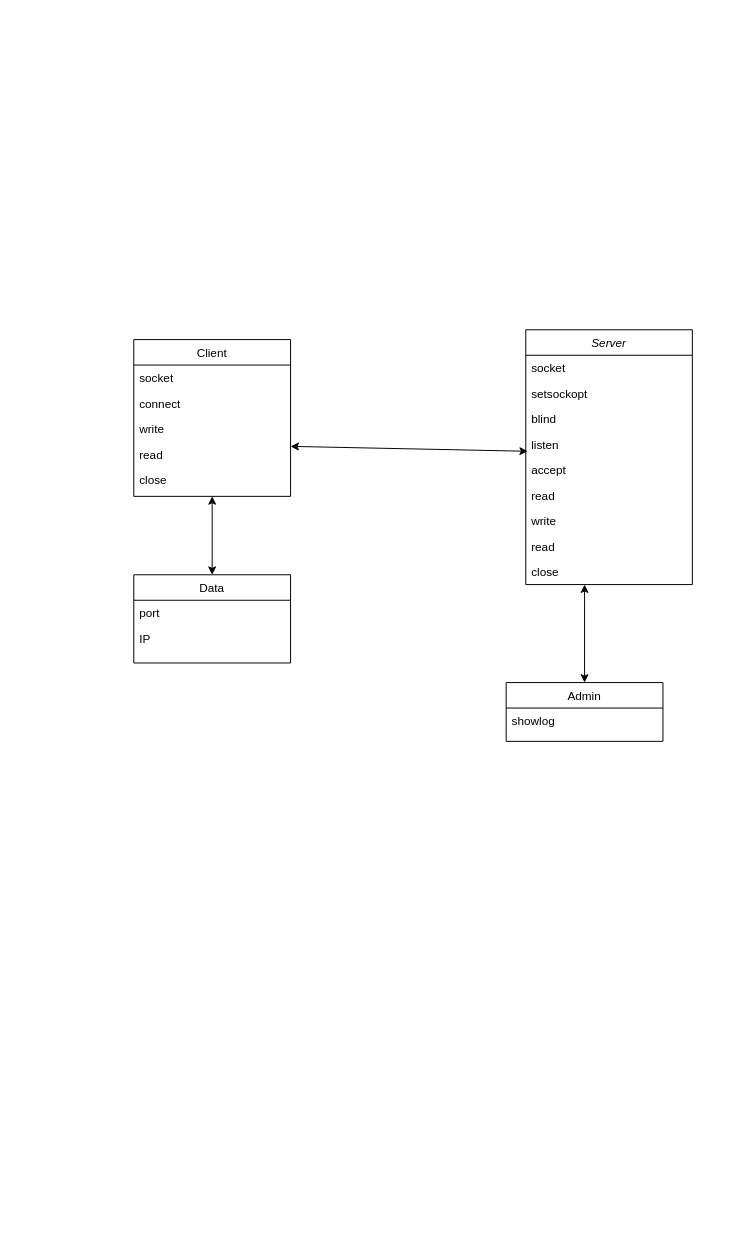
Buppong/MFC_Begineer keeps this draw.io diagram as 제목 없는 다이어그램.drawio. Above is the earlier version. Source tidied: cells renumbered, new cells numbered last; positions are measured from the earlier drawing's top-left corner, leaving out a move shared by most shapes. Both pictures are drawn from the tidied source at 98%, with x=0, y=0 at pixel (133, 329).
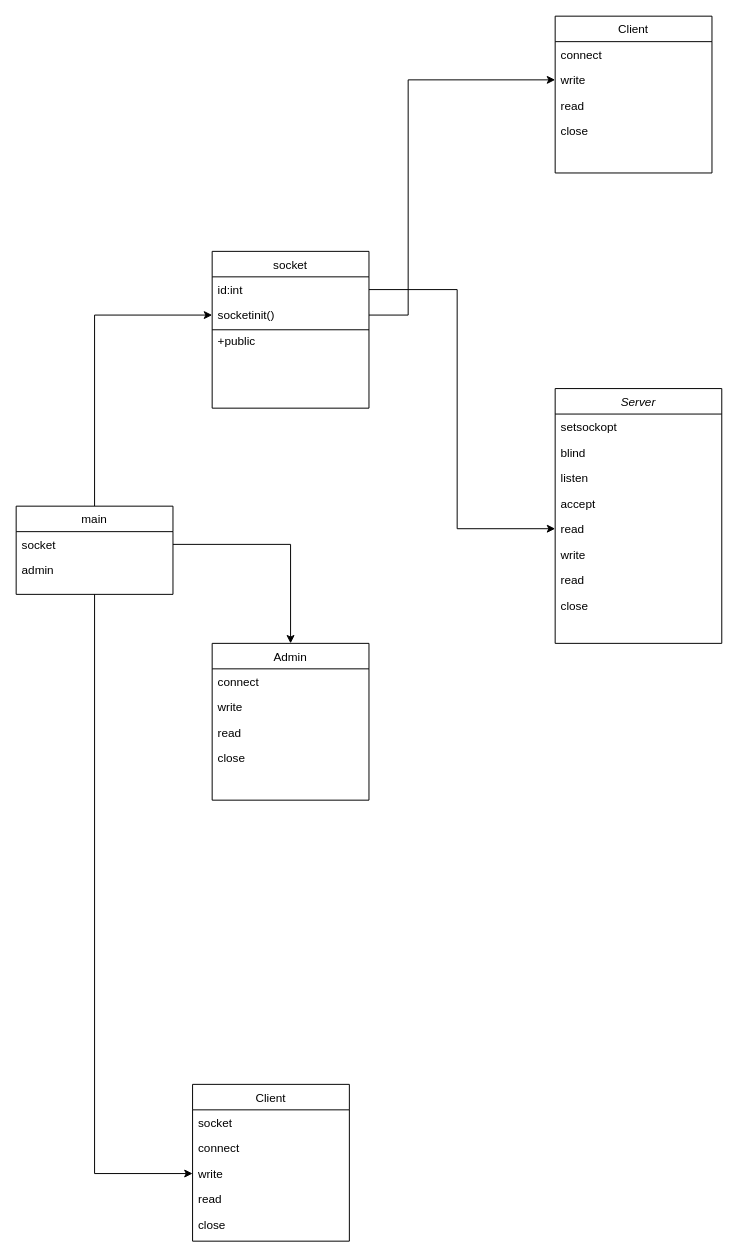
The same page after the edit.

The edit, as a diff of the source:
```diff
@@
     <mxCell id="2" value="Server" style="swimlane;fontStyle=2;align=center;verticalAlign=top;horizontal=1;startSize=26;rounded=0;shadow=0;strokeWidth=1;" parent="1" vertex="1">
-      <mxGeometry x="400" width="170" height="260" as="geometry" />
+      <mxGeometry x="430" y="60" width="170" height="260" as="geometry" />
     </mxCell>
-    <mxCell id="3" value="socket" style="text;align=left;verticalAlign=top;spacingLeft=4;spacingRight=4;overflow=hidden;points=[[0,0.5],[1,0.5]];portConstraint=eastwest;" parent="2" vertex="1">
-      <mxGeometry y="26" width="170" height="26" as="geometry" />
-    </mxCell>
     <mxCell id="4" value="setsockopt" style="text;align=left;verticalAlign=top;spacingLeft=4;spacingRight=4;overflow=hidden;rounded=0;shadow=0;html=0;" parent="2" vertex="1">
-      <mxGeometry y="52" width="170" height="26" as="geometry" />
+      <mxGeometry y="26" width="170" height="26" as="geometry" />
     </mxCell>
     <mxCell id="5" value="blind    " style="text;align=left;verticalAlign=top;spacingLeft=4;spacingRight=4;overflow=hidden;rounded=0;shadow=0;html=0;" parent="2" vertex="1">
-      <mxGeometry y="78" width="170" height="26" as="geometry" />
+      <mxGeometry y="52" width="170" height="26" as="geometry" />
     </mxCell>
     <mxCell id="6" value="listen" style="text;align=left;verticalAlign=top;spacingLeft=4;spacingRight=4;overflow=hidden;points=[[0,0.5],[1,0.5]];portConstraint=eastwest;" parent="2" vertex="1">
-      <mxGeometry y="104" width="170" height="26" as="geometry" />
+      <mxGeometry y="78" width="170" height="26" as="geometry" />
     </mxCell>
     <mxCell id="7" value="accept" style="text;align=left;verticalAlign=top;spacingLeft=4;spacingRight=4;overflow=hidden;" parent="2" vertex="1">
-      <mxGeometry y="130" width="170" height="26" as="geometry" />
+      <mxGeometry y="104" width="170" height="26" as="geometry" />
     </mxCell>
     <mxCell id="8" value="read" style="text;align=left;verticalAlign=top;spacingLeft=4;spacingRight=4;overflow=hidden;points=[[0,0.5],[1,0.5]];portConstraint=eastwest;" parent="2" vertex="1">
-      <mxGeometry y="156" width="170" height="26" as="geometry" />
+      <mxGeometry y="130" width="170" height="26" as="geometry" />
     </mxCell>
     <mxCell id="9" value="write" style="text;align=left;verticalAlign=top;spacingLeft=4;spacingRight=4;overflow=hidden;" parent="2" vertex="1">
-      <mxGeometry y="182" width="170" height="26" as="geometry" />
+      <mxGeometry y="156" width="170" height="26" as="geometry" />
     </mxCell>
     <mxCell id="10" value="read" style="text;align=left;verticalAlign=top;spacingLeft=4;spacingRight=4;overflow=hidden;" parent="2" vertex="1">
-      <mxGeometry y="208" width="170" height="26" as="geometry" />
+      <mxGeometry y="182" width="170" height="26" as="geometry" />
     </mxCell>
     <mxCell id="11" value="close" style="text;align=left;verticalAlign=top;spacingLeft=4;spacingRight=4;overflow=hidden;points=[[0,0.5],[1,0.5]];portConstraint=eastwest;" parent="2" vertex="1">
-      <mxGeometry y="234" width="170" height="26" as="geometry" />
+      <mxGeometry y="208" width="170" height="26" as="geometry" />
     </mxCell>
     <mxCell id="12" value="Client" style="swimlane;fontStyle=0;align=center;verticalAlign=top;horizontal=1;startSize=26;rounded=0;shadow=0;strokeWidth=1;" parent="1" vertex="1">
-      <mxGeometry y="10" width="160" height="160" as="geometry" />
+      <mxGeometry x="430" y="-320" width="160" height="160" as="geometry" />
     </mxCell>
-    <mxCell id="13" value="socket" style="text;align=left;verticalAlign=top;spacingLeft=4;spacingRight=4;overflow=hidden;" parent="12" vertex="1">
-      <mxGeometry y="26" width="160" height="26" as="geometry" />
-    </mxCell>
     <mxCell id="14" value="connect" style="text;align=left;verticalAlign=top;spacingLeft=4;spacingRight=4;overflow=hidden;rounded=0;shadow=0;html=0;" parent="12" vertex="1">
-      <mxGeometry y="52" width="160" height="26" as="geometry" />
+      <mxGeometry y="26" width="160" height="26" as="geometry" />
     </mxCell>
     <mxCell id="15" value="write" style="text;align=left;verticalAlign=top;spacingLeft=4;spacingRight=4;overflow=hidden;points=[[0,0.5],[1,0.5]];portConstraint=eastwest;rounded=0;shadow=0;html=0;" parent="12" vertex="1">
-      <mxGeometry y="78" width="160" height="26" as="geometry" />
+      <mxGeometry y="52" width="160" height="26" as="geometry" />
     </mxCell>
     <mxCell id="16" value="read" style="text;align=left;verticalAlign=top;spacingLeft=4;spacingRight=4;overflow=hidden;points=[[0,0.5],[1,0.5]];portConstraint=eastwest;rounded=0;shadow=0;html=0;" parent="12" vertex="1">
-      <mxGeometry y="104" width="160" height="26" as="geometry" />
+      <mxGeometry y="78" width="160" height="26" as="geometry" />
     </mxCell>
     <mxCell id="17" value="close" style="text;align=left;verticalAlign=top;spacingLeft=4;spacingRight=4;overflow=hidden;rounded=0;shadow=0;html=0;" parent="12" vertex="1">
-      <mxGeometry y="130" width="160" height="26" as="geometry" />
+      <mxGeometry y="104" width="160" height="26" as="geometry" />
     </mxCell>
+    <mxCell id="26" style="edgeStyle=orthogonalEdgeStyle;rounded=0;jettySize=auto;html=1;exitX=0.5;exitY=0;exitDx=0;exitDy=0;" parent="1" edge="1" source="18">
+      <mxGeometry relative="1" as="geometry">
+        <mxPoint x="80" y="-15" as="targetPoint" />
+        <Array as="points">
+          <mxPoint x="-40" y="-15" />
+        </Array>
+      </mxGeometry>
+    </mxCell>
+    <mxCell id="27" style="edgeStyle=orthogonalEdgeStyle;rounded=0;jettySize=auto;html=1;exitX=0.5;exitY=1;exitDx=0;exitDy=0;" parent="1" edge="1" source="18" target="39">
+      <mxGeometry relative="1" as="geometry" />
+    </mxCell>
-    <mxCell id="18" value="Data" style="swimlane;fontStyle=0;align=center;verticalAlign=top;horizontal=1;startSize=26;rounded=0;shadow=0;strokeWidth=1;" parent="1" vertex="1">
-      <mxGeometry y="250" width="160" height="90" as="geometry" />
+    <mxCell id="18" value="main" style="swimlane;fontStyle=0;align=center;verticalAlign=top;horizontal=1;startSize=26;rounded=0;shadow=0;strokeWidth=1;" parent="1" vertex="1">
+      <mxGeometry x="-120" y="180" width="160" height="90" as="geometry" />
     </mxCell>
-    <mxCell id="19" value="port" style="text;align=left;verticalAlign=top;spacingLeft=4;spacingRight=4;overflow=hidden;points=[[0,0.5],[1,0.5]];portConstraint=eastwest;" parent="18" vertex="1">
+    <mxCell id="19" value="socket" style="text;align=left;verticalAlign=top;spacingLeft=4;spacingRight=4;overflow=hidden;points=[[0,0.5],[1,0.5]];portConstraint=eastwest;" parent="18" vertex="1">
       <mxGeometry y="26" width="160" height="26" as="geometry" />
     </mxCell>
+    <mxCell id="3" value="socket" style="swimlane;fontStyle=0;align=center;verticalAlign=top;horizontal=1;startSize=26;rounded=0;shadow=0;strokeWidth=1;" parent="1" vertex="1">
+      <mxGeometry x="80" y="-80" width="160" height="160" as="geometry" />
+    </mxCell>
+    <mxCell id="28" value="id:int" style="text;align=left;verticalAlign=top;spacingLeft=4;spacingRight=4;overflow=hidden;rounded=0;shadow=0;html=0;" parent="3" vertex="1">
+      <mxGeometry y="26" width="160" height="26" as="geometry" />
+    </mxCell>
+    <mxCell id="29" value="socketinit()" style="text;align=left;verticalAlign=top;spacingLeft=4;spacingRight=4;overflow=hidden;rounded=0;shadow=0;html=0;" parent="3" vertex="1">
+      <mxGeometry y="52" width="160" height="26" as="geometry" />
+    </mxCell>
+    <mxCell id="30" value="+public " style="text;align=left;verticalAlign=top;spacingLeft=4;spacingRight=4;overflow=hidden;rounded=0;shadow=0;html=0;" parent="3" vertex="1">
+      <mxGeometry y="78" width="160" height="26" as="geometry" />
+    </mxCell>
+    <mxCell id="24" value="Admin" style="swimlane;fontStyle=0;align=center;verticalAlign=top;horizontal=1;startSize=26;rounded=0;shadow=0;strokeWidth=1;" parent="1" vertex="1">
+      <mxGeometry x="80" y="320" width="160" height="160" as="geometry" />
+    </mxCell>
+    <mxCell id="31" value="connect" style="text;align=left;verticalAlign=top;spacingLeft=4;spacingRight=4;overflow=hidden;rounded=0;shadow=0;html=0;" parent="24" vertex="1">
+      <mxGeometry y="26" width="160" height="26" as="geometry" />
+    </mxCell>
+    <mxCell id="32" value="write" style="text;align=left;verticalAlign=top;spacingLeft=4;spacingRight=4;overflow=hidden;rounded=0;shadow=0;html=0;" parent="24" vertex="1">
+      <mxGeometry y="52" width="160" height="26" as="geometry" />
+    </mxCell>
+    <mxCell id="33" value="read" style="text;align=left;verticalAlign=top;spacingLeft=4;spacingRight=4;overflow=hidden;rounded=0;shadow=0;html=0;" parent="24" vertex="1">
+      <mxGeometry y="78" width="160" height="26" as="geometry" />
+    </mxCell>
+    <mxCell id="34" value="close" style="text;align=left;verticalAlign=top;spacingLeft=4;spacingRight=4;overflow=hidden;rounded=0;shadow=0;html=0;" parent="24" vertex="1">
+      <mxGeometry y="104" width="160" height="26" as="geometry" />
+    </mxCell>
+    <mxCell id="35" style="edgeStyle=orthogonalEdgeStyle;rounded=0;jettySize=auto;html=1;exitX=1;exitY=0.5;exitDx=0;exitDy=0;" parent="1" edge="1" target="15">
+      <mxGeometry relative="1" as="geometry">
+        <mxPoint x="240" y="-15" as="sourcePoint" />
+        <Array as="points">
+          <mxPoint x="280" y="-15" />
+          <mxPoint x="280" y="-255" />
+        </Array>
+      </mxGeometry>
+    </mxCell>
+    <mxCell id="36" style="edgeStyle=orthogonalEdgeStyle;rounded=0;jettySize=auto;html=1;exitX=1;exitY=0.5;exitDx=0;exitDy=0;entryX=0;entryY=0.5;entryDx=0;entryDy=0;" parent="1" edge="1" target="8">
+      <mxGeometry relative="1" as="geometry">
+        <mxPoint x="240" y="-41" as="sourcePoint" />
+        <Array as="points">
+          <mxPoint x="330" y="-41" />
+          <mxPoint x="330" y="203" />
+        </Array>
+      </mxGeometry>
+    </mxCell>
+    <mxCell id="37" value="Client" style="swimlane;fontStyle=0;align=center;verticalAlign=top;horizontal=1;startSize=26;rounded=0;shadow=0;strokeWidth=1;" parent="1" vertex="1">
+      <mxGeometry x="60" y="770" width="160" height="160" as="geometry" />
+    </mxCell>
+    <mxCell id="13" value="socket" style="text;align=left;verticalAlign=top;spacingLeft=4;spacingRight=4;overflow=hidden;" parent="37" vertex="1">
+      <mxGeometry y="26" width="160" height="26" as="geometry" />
+    </mxCell>
+    <mxCell id="38" value="connect" style="text;align=left;verticalAlign=top;spacingLeft=4;spacingRight=4;overflow=hidden;rounded=0;shadow=0;html=0;" parent="37" vertex="1">
+      <mxGeometry y="52" width="160" height="26" as="geometry" />
+    </mxCell>
+    <mxCell id="39" value="write" style="text;align=left;verticalAlign=top;spacingLeft=4;spacingRight=4;overflow=hidden;points=[[0,0.5],[1,0.5]];portConstraint=eastwest;rounded=0;shadow=0;html=0;" parent="37" vertex="1">
+      <mxGeometry y="78" width="160" height="26" as="geometry" />
+    </mxCell>
+    <mxCell id="40" value="read" style="text;align=left;verticalAlign=top;spacingLeft=4;spacingRight=4;overflow=hidden;rounded=0;shadow=0;html=0;" parent="37" vertex="1">
+      <mxGeometry y="104" width="160" height="26" as="geometry" />
+    </mxCell>
+    <mxCell id="41" value="close" style="text;align=left;verticalAlign=top;spacingLeft=4;spacingRight=4;overflow=hidden;rounded=0;shadow=0;html=0;" parent="37" vertex="1">
+      <mxGeometry y="130" width="160" height="26" as="geometry" />
+    </mxCell>
-    <mxCell id="20" value="IP" style="text;align=left;verticalAlign=top;spacingLeft=4;spacingRight=4;overflow=hidden;rounded=0;shadow=0;html=0;" parent="18" vertex="1">
-      <mxGeometry y="52" width="160" height="26" as="geometry" />
+    <mxCell id="20" value="admin" style="text;align=left;verticalAlign=top;spacingLeft=4;spacingRight=4;overflow=hidden;rounded=0;shadow=0;html=0;" parent="1" vertex="1">
+      <mxGeometry x="-120" y="232" width="160" height="26" as="geometry" />
     </mxCell>
-    <mxCell id="21" style="endArrow=classic;startArrow=classic;html=1;rounded=0;entryX=0.012;entryY=0.769;entryDx=0;entryDy=0;entryPerimeter=0;exitX=1;exitY=0.192;exitDx=0;exitDy=0;exitPerimeter=0;" parent="1" edge="1" source="16" target="6">
-      <mxGeometry relative="1" as="geometry" />
-    </mxCell>
-    <mxCell id="22" style="endArrow=classic;startArrow=classic;html=1;rounded=0;entryX=0.5;entryY=1;entryDx=0;entryDy=0;exitX=0.5;exitY=0;exitDx=0;exitDy=0;" parent="1" edge="1" source="18" target="12">
-      <mxGeometry relative="1" as="geometry" />
-    </mxCell>
-    <mxCell id="23" style="endArrow=classic;startArrow=classic;html=1;rounded=0;entryX=0.353;entryY=1;entryDx=0;entryDy=0;exitX=0.5;exitY=0;exitDx=0;exitDy=0;entryPerimeter=0;" parent="1" edge="1" source="24" target="11">
-      <mxGeometry relative="1" as="geometry" />
-    </mxCell>
-    <mxCell id="24" value="Admin" style="swimlane;fontStyle=0;align=center;verticalAlign=top;horizontal=1;startSize=26;rounded=0;shadow=0;strokeWidth=1;" parent="1" vertex="1">
-      <mxGeometry x="380" y="360" width="160" height="60" as="geometry" />
-    </mxCell>
-    <mxCell id="25" value="showlog" style="text;align=left;verticalAlign=top;spacingLeft=4;spacingRight=4;overflow=hidden;" parent="24" vertex="1">
-      <mxGeometry y="26" width="160" height="26" as="geometry" />
-    </mxCell>
+    <mxCell id="42" style="edgeStyle=orthogonalEdgeStyle;rounded=0;jettySize=auto;html=1;exitX=1;exitY=0.5;exitDx=0;exitDy=0;" parent="1" edge="1" source="19" target="24">
+      <mxGeometry relative="1" as="geometry" />
+    </mxCell>
+    <mxCell id="43" style="endArrow=none;html=1;rounded=0;entryX=1;entryY=0.5;entryDx=0;entryDy=0;exitX=0;exitY=0.5;exitDx=0;exitDy=0;" parent="1" edge="1" source="3" target="3">
+      <mxGeometry relative="1" as="geometry" />
+    </mxCell>
```
